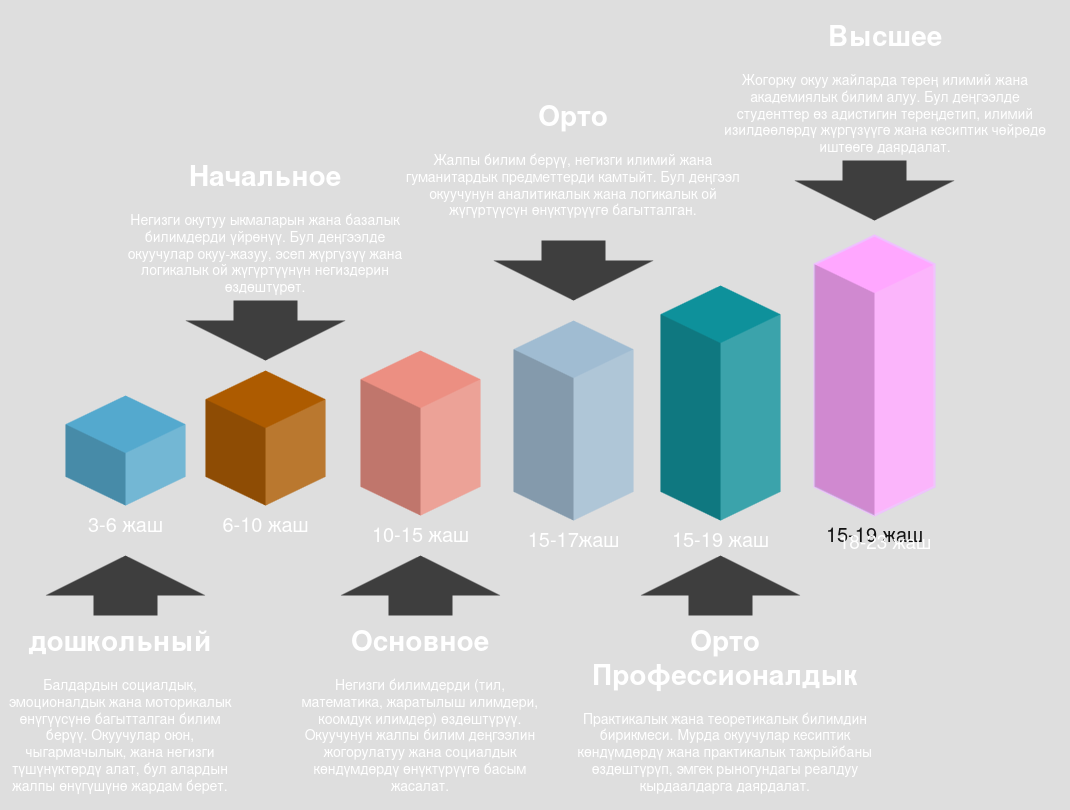
MeyiGi/diagrams keeps this draw.io diagram as Untitled Diagram.drawio.png. Above is the earlier version. Source tidied: cells renumbered, new cells last; positions are measured from the earlier drawing's top-left corner, leaving out a move shared by most shapes.
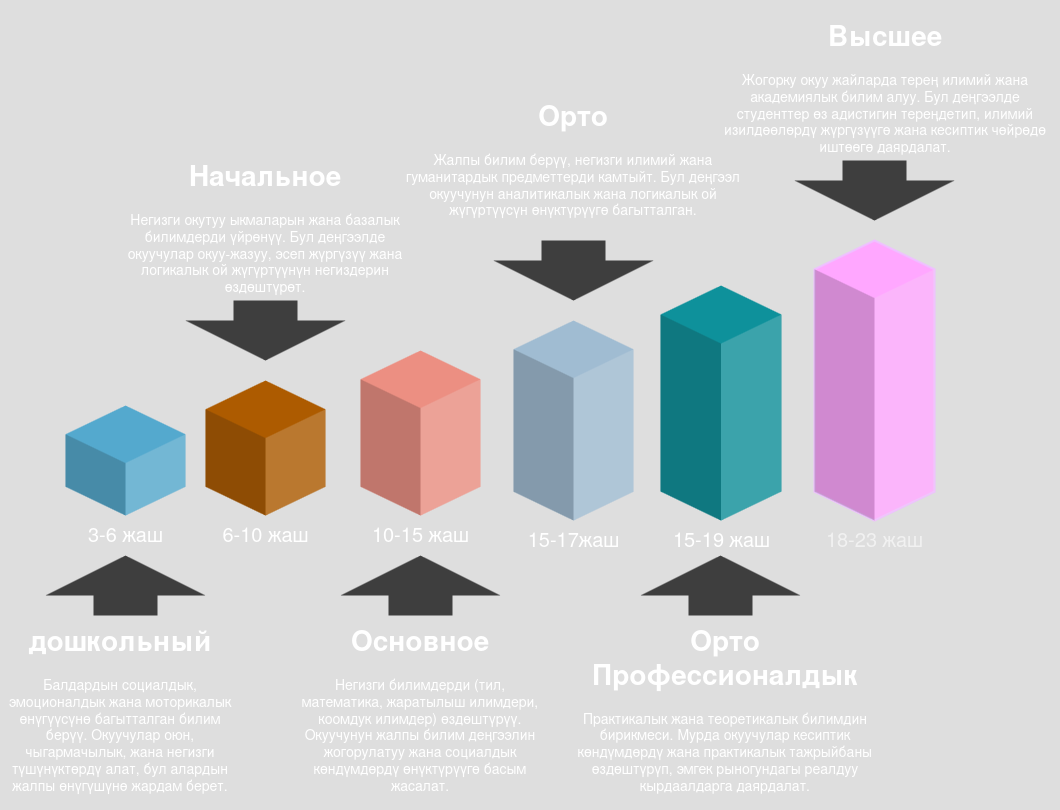
Later version of the same file.

The edit, as a diff of the source:
```diff
@@ -6,10 +6,10 @@
       <mxGeometry x="45" y="545" width="160" height="60" as="geometry" />
     </mxCell>
     <mxCell id="3" value="3-6 жаш" style="verticalLabelPosition=bottom;verticalAlign=top;html=1;shape=mxgraph.infographic.shadedCube;isoAngle=15;fillColor=#10739E;strokeColor=none;fontFamily=Helvetica;fontSize=20;align=center;strokeWidth=2;" parent="1" vertex="1">
-      <mxGeometry x="65" y="385" width="120" height="110" as="geometry" />
+      <mxGeometry x="65" y="395" width="120" height="110" as="geometry" />
     </mxCell>
     <mxCell id="4" value="6-10 жаш" style="verticalLabelPosition=bottom;verticalAlign=top;html=1;shape=mxgraph.infographic.shadedCube;isoAngle=15;fillColor=#F2931E;strokeColor=none;fontFamily=Helvetica;fontSize=20;align=center;strokeWidth=2;" parent="1" vertex="1">
-      <mxGeometry x="205" y="360" width="120" height="135" as="geometry" />
+      <mxGeometry x="205" y="370" width="120" height="135" as="geometry" />
     </mxCell>
     <mxCell id="5" value="10-15 жаш" style="verticalLabelPosition=bottom;verticalAlign=top;html=1;shape=mxgraph.infographic.shadedCube;isoAngle=15;fillColor=#AE4132;strokeColor=none;fontFamily=Helvetica;fontSize=20;align=center;strokeWidth=2;" parent="1" vertex="1">
       <mxGeometry x="360" y="340" width="120" height="165" as="geometry" />
@@ -18,7 +18,7 @@
       <mxGeometry x="513" y="310" width="120" height="200" as="geometry" />
     </mxCell>
     <mxCell id="7" value="15-19 жаш" style="verticalLabelPosition=bottom;verticalAlign=top;html=1;shape=mxgraph.infographic.shadedCube;isoAngle=15;fillColor=#12AAB5;strokeColor=none;fontFamily=Helvetica;fontSize=20;align=center;strokeWidth=2;" parent="1" vertex="1">
-      <mxGeometry x="660" y="275" width="120" height="235" as="geometry" />
+      <mxGeometry x="660" y="275" width="121" height="235" as="geometry" />
     </mxCell>
     <mxCell id="8" value="&lt;h1&gt;дошкольный&lt;/h1&gt;&lt;p&gt;Балдардын социалдык, эмоционалдык жана моторикалык өнүгүүсүнө багытталган билим берүү. Окуучулар оюн, чыгармачылык, жана негизги түшүнүктөрдү алат, бул алардын жалпы өнүгүшүнө жардам берет.&lt;/p&gt;" style="text;html=1;spacing=5;spacingTop=-20;whiteSpace=wrap;overflow=hidden;strokeWidth=2;fillColor=none;gradientColor=none;fontSize=14;align=center;" parent="1" vertex="1">
       <mxGeometry y="605" width="240" height="185" as="geometry" />
@@ -47,8 +47,8 @@
     <mxCell id="16" style="html=1;shadow=0;dashed=0;align=center;verticalAlign=middle;shape=mxgraph.arrows2.arrow;dy=0.6;dx=40;direction=north;notch=0;strokeWidth=2;fillColor=#CCCCCC;fontSize=14;fontColor=#000000;strokeColor=none;flipV=1;" parent="1" vertex="1">
       <mxGeometry x="493" y="230" width="160" height="60" as="geometry" />
     </mxCell>
-    <mxCell id="17" value="15-19 жаш" style="verticalLabelPosition=bottom;verticalAlign=top;html=1;shape=mxgraph.infographic.shadedCube;isoAngle=15;fillColor=#6a00ff;strokeColor=#3700CC;fontFamily=Helvetica;fontSize=20;align=center;strokeWidth=2;fontColor=#ffffff;" parent="1" vertex="1">
-      <mxGeometry x="814" y="225" width="120" height="280" as="geometry" />
+    <mxCell id="17" value="18-23 жаш" style="verticalLabelPosition=bottom;verticalAlign=top;html=1;shape=mxgraph.infographic.shadedCube;isoAngle=15;fillColor=#6a00ff;strokeColor=#3700CC;fontFamily=Helvetica;fontSize=20;align=center;strokeWidth=2;fontColor=light-dark(#FFFFFF,#F1F1F1);" parent="1" vertex="1">
+      <mxGeometry x="814" y="230" width="120" height="280" as="geometry" />
     </mxCell>
     <mxCell id="18" style="html=1;shadow=0;dashed=0;align=center;verticalAlign=middle;shape=mxgraph.arrows2.arrow;dy=0.6;dx=40;direction=north;notch=0;strokeWidth=2;fillColor=#CCCCCC;fontSize=14;fontColor=#000000;strokeColor=none;flipV=1;" parent="1" vertex="1">
       <mxGeometry x="794" y="150" width="160" height="60" as="geometry" />
@@ -56,8 +56,5 @@
     <mxCell id="19" value="&lt;h1&gt;Высшее&lt;/h1&gt;&lt;p&gt;Жогорку окуу жайларда терең илимий жана академиялык билим алуу. Бул деңгээлде студенттер өз адистигин тереңдетип, илимий изилдөөлөрдү жүргүзүүгө жана кесиптик чөйрөдө иштөөгө даярдалат.&lt;/p&gt;" style="text;html=1;spacing=5;spacingTop=-20;whiteSpace=wrap;overflow=hidden;strokeWidth=2;fillColor=none;gradientColor=none;fontSize=14;align=center;" parent="1" vertex="1">
       <mxGeometry x="710" width="350" height="150" as="geometry" />
     </mxCell>
-    <mxCell id="20" value="18-23 жаш" style="text;html=1;spacing=5;spacingTop=-20;whiteSpace=wrap;overflow=hidden;strokeWidth=2;fillColor=none;gradientColor=none;fontSize=19;align=center;" parent="1" vertex="1">
-      <mxGeometry x="700" y="530" width="370" height="140" as="geometry" />
-    </mxCell>
   </root>
 </mxGraphModel>
```
